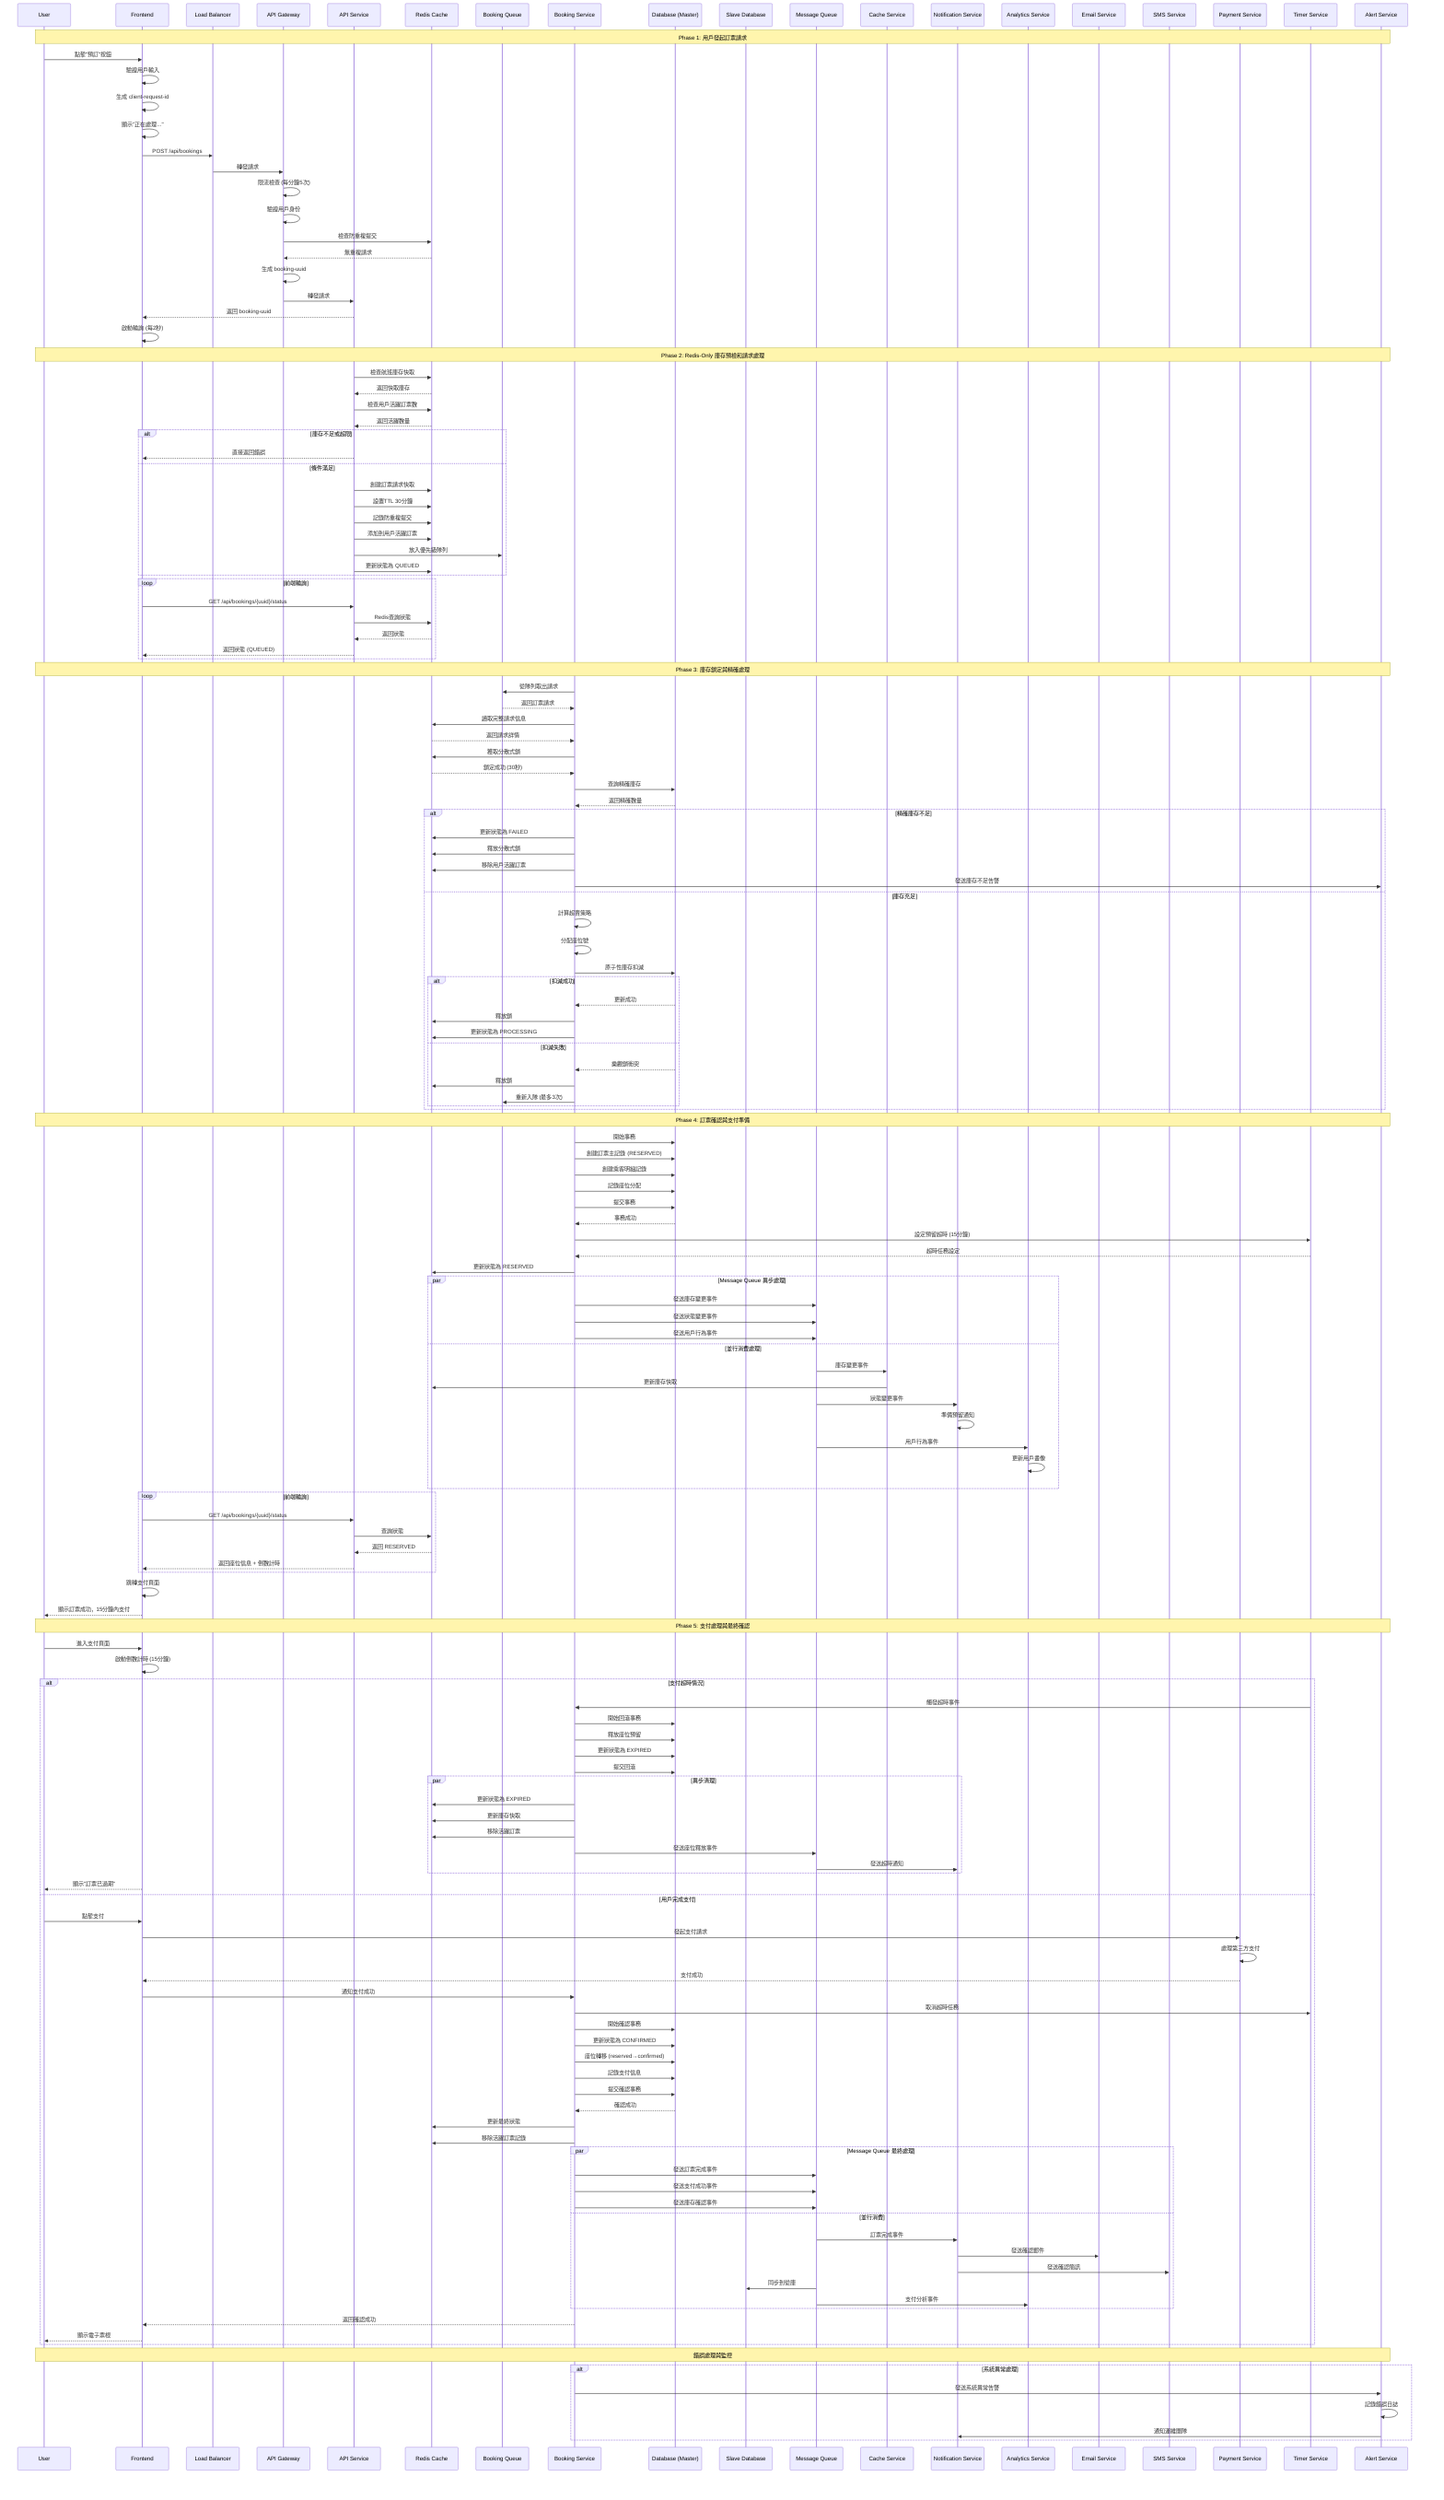
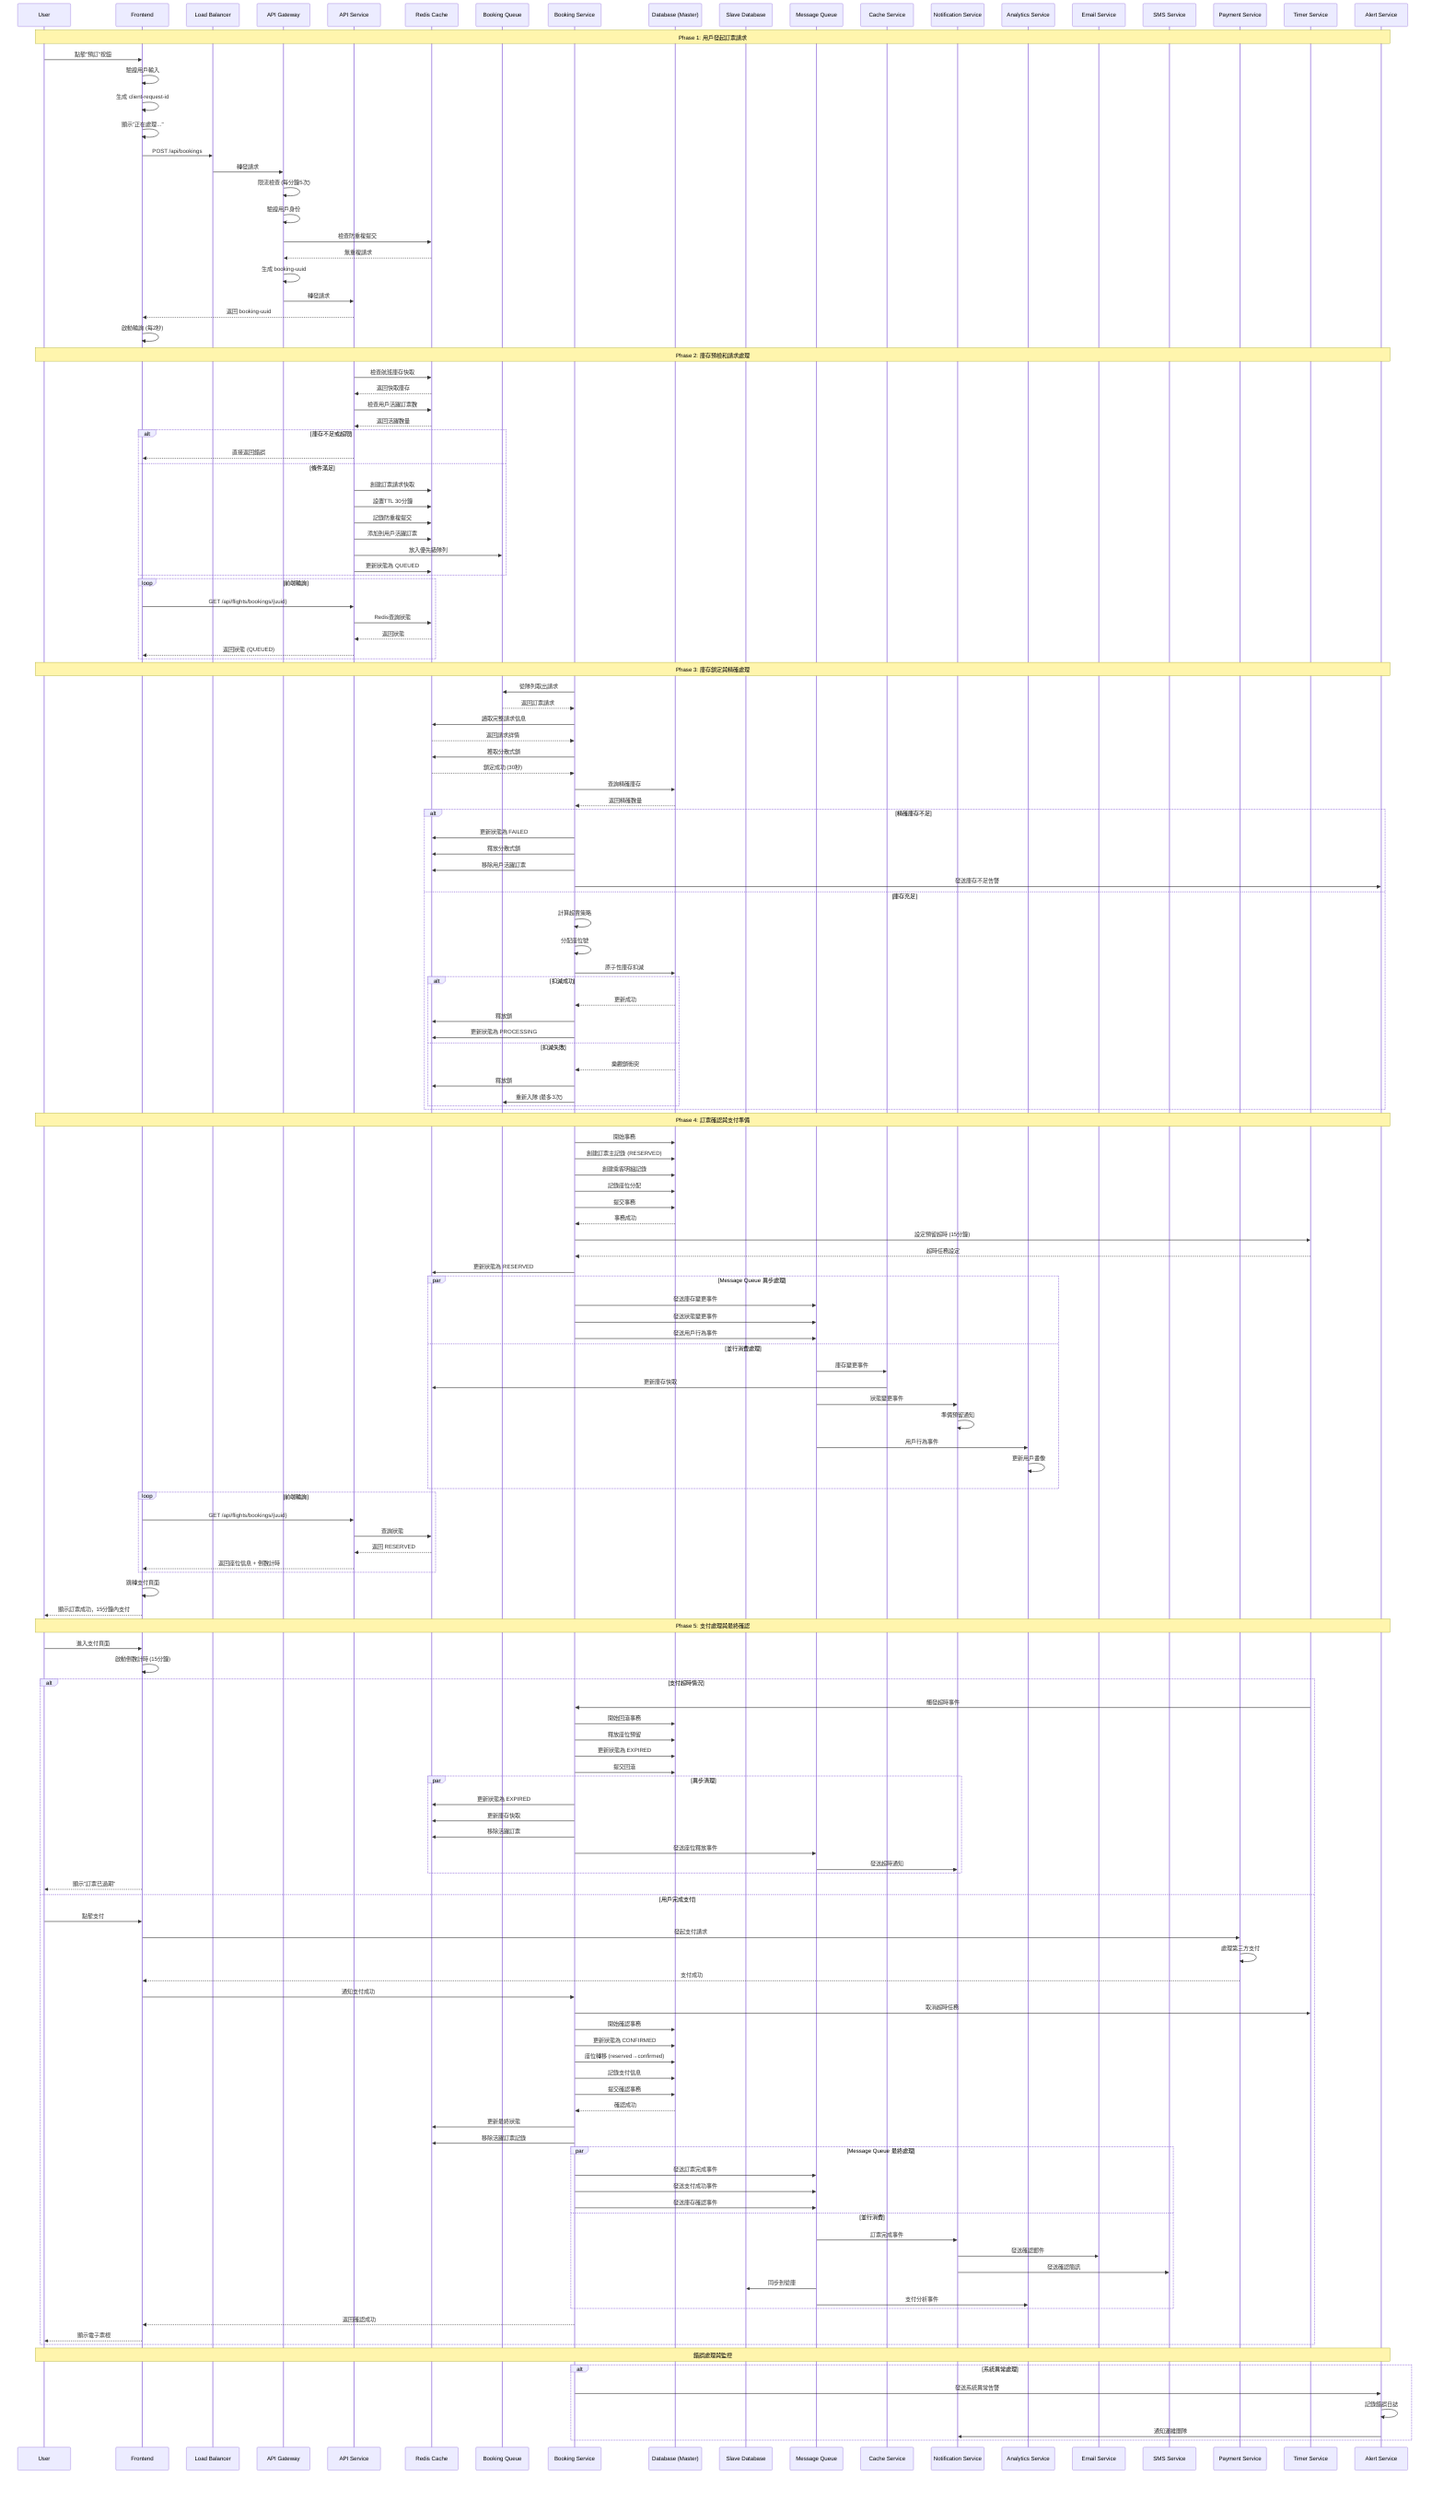
sequenceDiagram
    participant U as User
    participant F as Frontend
    participant LB as Load Balancer
    participant AG as API Gateway
    participant A as API Service
    participant R as Redis Cache
    participant Q as Booking Queue
    participant BS as Booking Service
    participant DB as Database (Master)
    participant SDB as Slave Database
    participant MQ as Message Queue
    participant CS as Cache Service
    participant NS as Notification Service
    participant AS as Analytics Service
    participant ES as Email Service
    participant SMS as SMS Service
    participant PS as Payment Service
    participant TS as Timer Service
    participant ALERT as Alert Service

    Note over U,ALERT: Phase 1: 用戶發起訂票請求
    U->>F: 點擊"預訂"按鈕
    F->>F: 驗證用戶輸入
    F->>F: 生成 client-request-id
    F->>F: 顯示"正在處理..."
    F->>LB: POST /api/bookings
    LB->>AG: 轉發請求
    AG->>AG: 限流檢查 (每分鐘5次)
    AG->>AG: 驗證用戶身份
    AG->>R: 檢查防重複提交
    R-->>AG: 無重複請求
    AG->>AG: 生成 booking-uuid
    AG->>A: 轉發請求
    A-->>F: 返回 booking-uuid
    F->>F: 啟動輪詢 (每2秒)

-     Note over U,ALERT: Phase 2: Redis-Only 庫存預檢和請求處理
+     Note over U,ALERT: Phase 2: 庫存預檢和請求處理
    A->>R: 檢查航班庫存快取
    R-->>A: 返回快取庫存
    A->>R: 檢查用戶活躍訂票數
    R-->>A: 返回活躍數量

    alt 庫存不足或超限
        A-->>F: 直接返回錯誤
    else 條件滿足
        A->>R: 創建訂票請求快取
        A->>R: 設置TTL 30分鐘
        A->>R: 記錄防重複提交
        A->>R: 添加到用戶活躍訂票
        A->>Q: 放入優先級隊列
        A->>R: 更新狀態為 QUEUED
    end

    loop 前端輪詢
-         F->>A: GET /api/bookings/{uuid}/status
+         F->>A: GET /api/flights/bookings/{uuid}
        A->>R: Redis查詢狀態
        R-->>A: 返回狀態
        A-->>F: 返回狀態 (QUEUED)
    end

    Note over U,ALERT: Phase 3: 庫存鎖定與精確處理
    BS->>Q: 從隊列取出請求
    Q-->>BS: 返回訂票請求
    BS->>R: 讀取完整請求信息
    R-->>BS: 返回請求詳情
    BS->>R: 獲取分散式鎖
    R-->>BS: 鎖定成功 (30秒)
    BS->>DB: 查詢精確庫存
    DB-->>BS: 返回精確數量

    alt 精確庫存不足
        BS->>R: 更新狀態為 FAILED
        BS->>R: 釋放分散式鎖
        BS->>R: 移除用戶活躍訂票
        BS->>ALERT: 發送庫存不足告警
    else 庫存充足
        BS->>BS: 計算超賣策略
        BS->>BS: 分配座位號
        BS->>DB: 原子性庫存扣減
        alt 扣減成功
            DB-->>BS: 更新成功
            BS->>R: 釋放鎖
            BS->>R: 更新狀態為 PROCESSING
        else 扣減失敗
            DB-->>BS: 樂觀鎖衝突
            BS->>R: 釋放鎖
            BS->>Q: 重新入隊 (最多3次)
        end
    end

    Note over U,ALERT: Phase 4: 訂票確認與支付準備
    BS->>DB: 開始事務
    BS->>DB: 創建訂票主記錄 (RESERVED)
    BS->>DB: 創建乘客明細記錄
    BS->>DB: 記錄座位分配
    BS->>DB: 提交事務
    DB-->>BS: 事務成功

    BS->>TS: 設定預留超時 (15分鐘)
    TS-->>BS: 超時任務設定
    BS->>R: 更新狀態為 RESERVED

    par Message Queue 異步處理
        BS->>MQ: 發送庫存變更事件
        BS->>MQ: 發送狀態變更事件
        BS->>MQ: 發送用戶行為事件
    and 並行消費處理
        MQ->>CS: 庫存變更事件
        CS->>R: 更新庫存快取
        MQ->>NS: 狀態變更事件
        NS->>NS: 準備預留通知
        MQ->>AS: 用戶行為事件
        AS->>AS: 更新用戶畫像
    end

    loop 前端輪詢
-         F->>A: GET /api/bookings/{uuid}/status
+         F->>A: GET /api/flights/bookings/{uuid}
        A->>R: 查詢狀態
        R-->>A: 返回 RESERVED
        A-->>F: 返回座位信息 + 倒數計時
    end

    F->>F: 跳轉支付頁面
    F-->>U: 顯示訂票成功，15分鐘內支付

    Note over U,ALERT: Phase 5: 支付處理與最終確認
    U->>F: 進入支付頁面
    F->>F: 啟動倒數計時 (15分鐘)

    alt 支付超時情況
        TS->>BS: 觸發超時事件
        BS->>DB: 開始回滾事務
        BS->>DB: 釋放座位預留
        BS->>DB: 更新狀態為 EXPIRED
        BS->>DB: 提交回滾
        par 異步清理
            BS->>R: 更新狀態為 EXPIRED
            BS->>R: 更新庫存快取
            BS->>R: 移除活躍訂票
            BS->>MQ: 發送座位釋放事件
            MQ->>NS: 發送超時通知
        end
        F-->>U: 顯示"訂票已過期"

    else 用戶完成支付
        U->>F: 點擊支付
        F->>PS: 發起支付請求
        PS->>PS: 處理第三方支付
        PS-->>F: 支付成功
        F->>BS: 通知支付成功
        BS->>TS: 取消超時任務

        BS->>DB: 開始確認事務
        BS->>DB: 更新狀態為 CONFIRMED
        BS->>DB: 座位轉移 (reserved→confirmed)
        BS->>DB: 記錄支付信息
        BS->>DB: 提交確認事務
        DB-->>BS: 確認成功

        BS->>R: 更新最終狀態
        BS->>R: 移除活躍訂票記錄

        par Message Queue 最終處理
            BS->>MQ: 發送訂票完成事件
            BS->>MQ: 發送支付成功事件
            BS->>MQ: 發送庫存確認事件
        and 並行消費
            MQ->>NS: 訂票完成事件
            NS->>ES: 發送確認郵件
            NS->>SMS: 發送確認簡訊
            MQ->>SDB: 同步到從庫
            MQ->>AS: 支付分析事件
        end

        BS-->>F: 返回確認成功
        F-->>U: 顯示電子票根
    end

    Note over U,ALERT: 錯誤處理與監控
    alt 系統異常處理
        BS->>ALERT: 發送系統異常告警
        ALERT->>ALERT: 記錄錯誤日誌
        ALERT->>NS: 通知運維團隊
    end